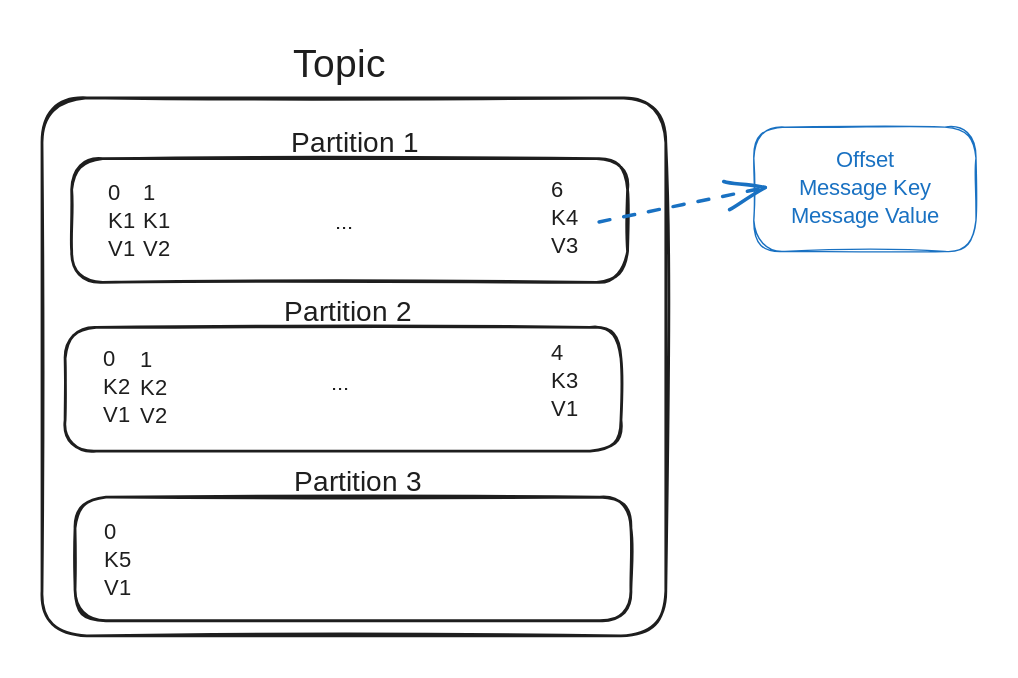
Above: .gitbook/assets/file.excalidraw (54).svg in Junnyjun/junlog (Excalidraw), before the change. Source tidied: one line per element, renumbered; positions are measured from the earlier drawing's top-left corner, leaving out a move shared by most shapes.
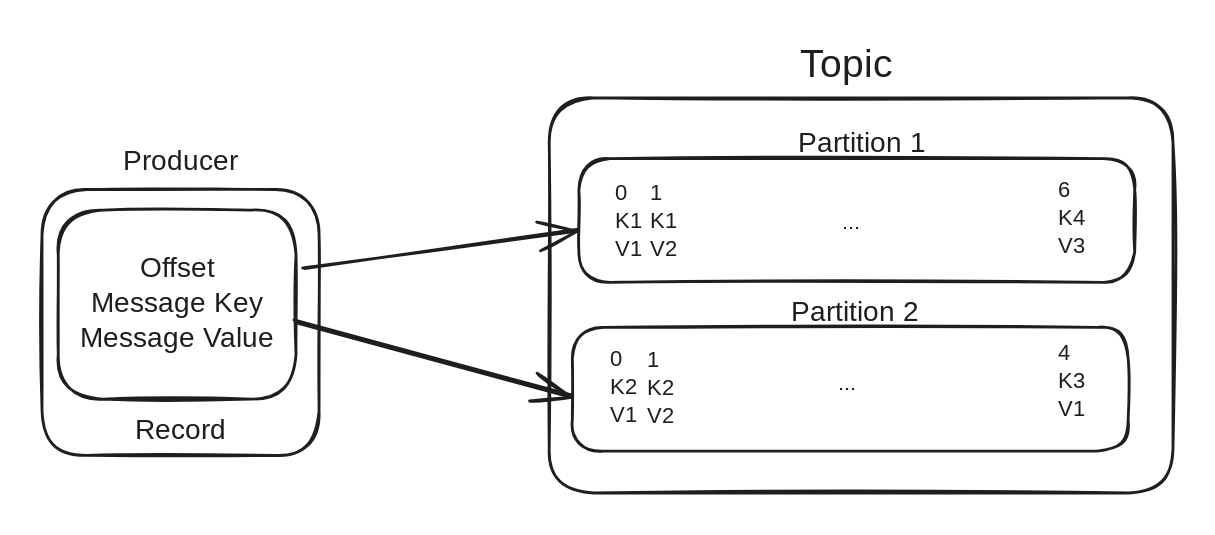
Later version of the same file.

What changed in the source:
```diff
@@ -1,11 +1,9 @@
-{"id": 0, "type": "rectangle", "strokeColor": "#1e1e1e", "strokeWidth": 2, "roughness": 1, "round": true, "x": 0, "y": 40, "width": 445, "height": 384}
+{"id": 0, "type": "rectangle", "strokeColor": "#1e1e1e", "strokeWidth": 2, "roughness": 1, "round": true, "x": 0, "y": 40, "width": 445, "height": 282}
 {"id": 1, "type": "text", "text": "Topic", "strokeColor": "#1e1e1e", "strokeWidth": 2, "roughness": 1, "fontSize": 28, "fontFamily": 1, "x": 179, "y": 0, "width": 72, "height": 35}
 {"id": 2, "type": "rectangle", "strokeColor": "#1e1e1e", "strokeWidth": 2, "roughness": 1, "round": true, "x": 21, "y": 83, "width": 397, "height": 88}
 {"id": 3, "type": "text", "text": "Partition 1", "strokeColor": "#1e1e1e", "strokeWidth": 2, "roughness": 1, "fontSize": 20, "fontFamily": 1, "x": 178, "y": 61, "width": 102, "height": 25}
 {"id": 4, "type": "rectangle", "strokeColor": "#1e1e1e", "strokeWidth": 2, "roughness": 1, "round": true, "x": 16, "y": 204, "width": 397, "height": 88}
 {"id": 5, "type": "text", "text": "Partition 2", "strokeColor": "#1e1e1e", "strokeWidth": 2, "roughness": 1, "fontSize": 20, "fontFamily": 1, "x": 173, "y": 181, "width": 111, "height": 25}
-{"id": 6, "type": "rectangle", "strokeColor": "#1e1e1e", "strokeWidth": 2, "roughness": 1, "round": true, "x": 24, "y": 325, "width": 397, "height": 88}
-{"id": 7, "type": "text", "text": "Partition 3", "strokeColor": "#1e1e1e", "strokeWidth": 2, "roughness": 1, "fontSize": 20, "fontFamily": 1, "x": 180, "y": 303, "width": 111, "height": 25}
 {"id": 8, "type": "text", "text": "0\nK1\nV1", "strokeColor": "#1e1e1e", "strokeWidth": 2, "roughness": 1, "fontSize": 16, "fontFamily": 1, "x": 47, "y": 98, "width": 14, "height": 60}
 {"id": 9, "type": "text", "text": "1\nK1\nV2", "strokeColor": "#1e1e1e", "strokeWidth": 2, "roughness": 1, "fontSize": 16, "fontFamily": 1, "x": 72, "y": 99, "width": 20, "height": 60}
 {"id": 10, "type": "text", "text": "...", "strokeColor": "#1e1e1e", "strokeWidth": 2, "roughness": 1, "fontSize": 16, "fontFamily": 1, "x": 209, "y": 119, "width": 13, "height": 20}
@@ -14,7 +12,10 @@
 {"id": 13, "type": "text", "text": "0\nK2\nV1", "strokeColor": "#1e1e1e", "strokeWidth": 2, "roughness": 1, "fontSize": 16, "fontFamily": 1, "x": 44, "y": 217, "width": 21, "height": 60}
 {"id": 14, "type": "text", "text": "...", "strokeColor": "#1e1e1e", "strokeWidth": 2, "roughness": 1, "fontSize": 16, "fontFamily": 1, "x": 206, "y": 234, "width": 13, "height": 20}
 {"id": 15, "type": "text", "text": "4\nK3\nV1", "strokeColor": "#1e1e1e", "strokeWidth": 2, "roughness": 1, "fontSize": 16, "fontFamily": 1, "x": 364, "y": 212, "width": 21, "height": 60}
-{"id": 16, "type": "text", "text": "0\nK5\nV1", "strokeColor": "#1e1e1e", "strokeWidth": 2, "roughness": 1, "fontSize": 16, "fontFamily": 1, "x": 44, "y": 340, "width": 20, "height": 60}
-{"id": 17, "type": "arrow", "strokeColor": "#1971c2", "strokeWidth": 2, "strokeStyle": "dashed", "roughness": 1, "endArrowhead": "arrow", "round": true, "from": 11, "x": 398, "y": 129, "width": 118, "height": 25, "points": [[0, 0], [118, -25]]}
-{"id": 18, "type": "rectangle", "strokeColor": "#1971c2", "strokeWidth": 1, "roughness": 1, "round": true, "x": 508, "y": 61, "width": 159, "height": 89}
+{"id": 20, "type": "rectangle", "strokeColor": "#1e1e1e", "strokeWidth": 2, "roughness": 1, "round": true, "x": -362, "y": 105, "width": 198, "height": 190}
+{"id": 21, "type": "text", "text": "Producer", "strokeColor": "#1e1e1e", "strokeWidth": 2, "roughness": 1, "fontSize": 20, "fontFamily": 1, "x": -304, "y": 74, "width": 85, "height": 25}
+{"id": 22, "type": "rectangle", "strokeColor": "#1e1e1e", "strokeWidth": 2, "roughness": 1, "round": true, "x": -351, "y": 120, "width": 170, "height": 135}
-{"id": 19, "type": "text", "text": "Offset\nMessage Key\nMessage Value", "strokeColor": "#1971c2", "strokeWidth": 1, "roughness": 1, "fontSize": 16, "fontFamily": 1, "textAlign": "center", "verticalAlign": "middle", "inside": 18, "x": 530, "y": 75, "width": 115, "height": 60}
+{"id": 19, "type": "text", "text": "Offset\nMessage Key\nMessage Value", "strokeColor": "#1e1e1e", "strokeWidth": 2, "roughness": 1, "fontSize": 20, "fontFamily": 1, "textAlign": "center", "verticalAlign": "middle", "inside": 22, "x": -337, "y": 150, "width": 144, "height": 75}
+{"id": 23, "type": "text", "text": "Record", "strokeColor": "#1e1e1e", "strokeWidth": 2, "roughness": 1, "fontSize": 20, "fontFamily": 1, "x": -296, "y": 266, "width": 66, "height": 25}
+{"id": 24, "type": "arrow", "strokeColor": "#1e1e1e", "strokeWidth": 2, "roughness": 1, "endArrowhead": "arrow", "round": true, "from": 22, "to": 2, "x": -175, "y": 161, "width": 195, "height": 27, "points": [[0, 0], [195, -27]]}
+{"id": 25, "type": "arrow", "strokeColor": "#1e1e1e", "strokeWidth": 2, "roughness": 1, "endArrowhead": "arrow", "round": true, "to": 4, "x": -181, "y": 199, "width": 197, "height": 53, "points": [[0, 0], [197, 53]]}
```
